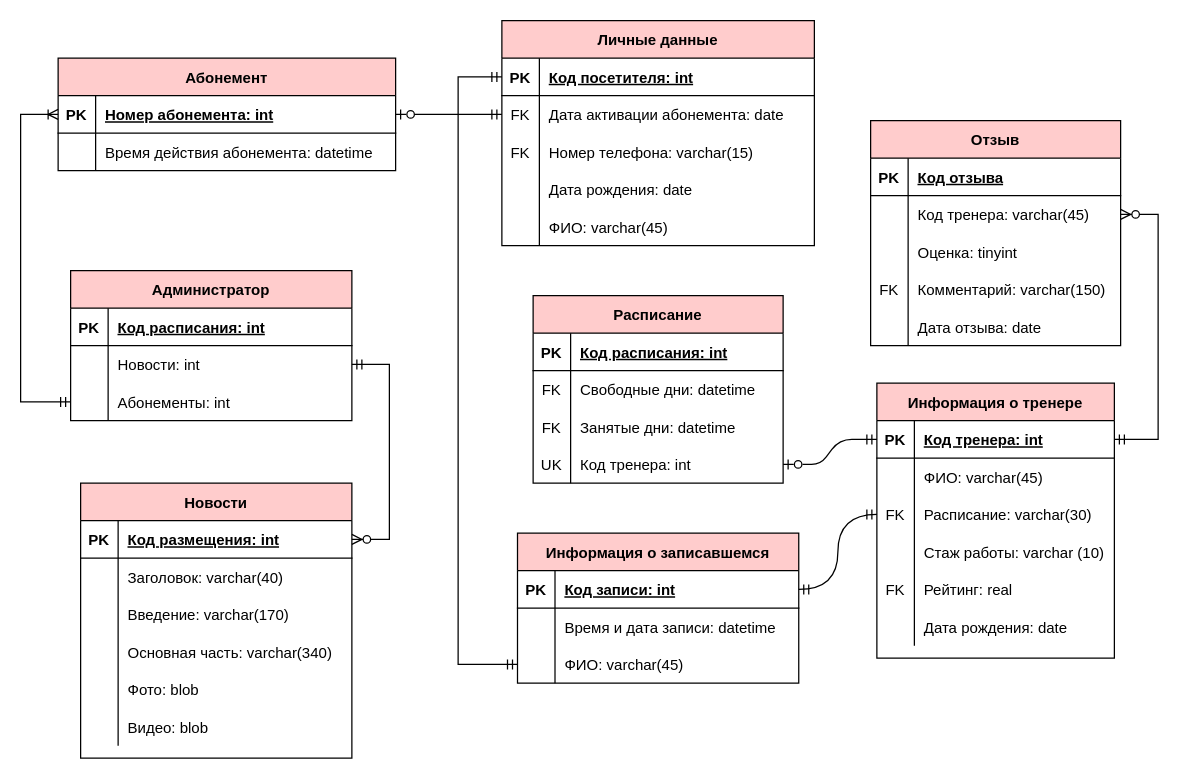
Above: page "Page-2" (2 of 2) of Diagrams/ER3.drawio in yuliapyrikova/- (draw.io), before the change. Source tidied: cells renumbered, new cells numbered last; positions are measured from the earlier drawing's top-left corner, leaving out a move shared by most shapes. Both pictures are drawn from the tidied source at 125%, with x=0, y=0 at pixel (20, 20).
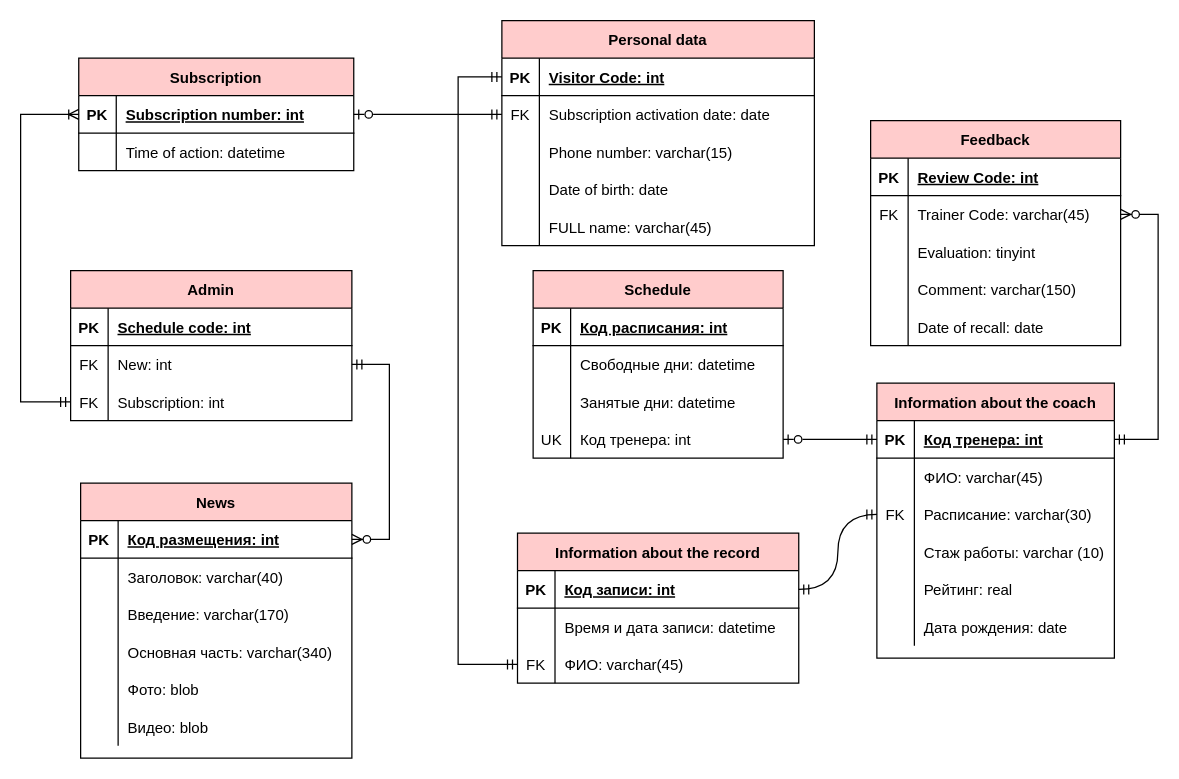
After the change.

The change refers to these unchanged cells:
```xml
<mxCell id="3" style="shape=partialRectangle;fillColor=none;points=[[0,0.5],[1,0.5]];portConstraint=eastwest;top=0;left=0;right=0;bottom=1;strokeColor=#000000;fontColor=#000000;" parent="2" vertex="1">
  <mxGeometry y="30" width="250" height="30" as="geometry" />
</mxCell>
<mxCell id="6" style="shape=partialRectangle;fillColor=none;points=[[0,0.5],[1,0.5]];portConstraint=eastwest;top=0;left=0;right=0;bottom=0;strokeColor=#000000;fontColor=#000000;" parent="2" vertex="1">
  <mxGeometry y="60" width="250" height="30" as="geometry" />
</mxCell>
<mxCell id="9" style="shape=partialRectangle;fillColor=none;top=0;left=0;right=0;bottom=0;strokeColor=#000000;fontColor=#000000;" parent="2" vertex="1">
  <mxGeometry y="90" width="250" height="30" as="geometry" />
</mxCell>
<mxCell id="12" style="shape=partialRectangle;fillColor=none;top=0;left=0;bottom=0;right=0;strokeColor=#000000;fontColor=#000000;" parent="2" vertex="1">
  <mxGeometry y="120" width="250" height="30" as="geometry" />
</mxCell>
<mxCell id="15" style="shape=partialRectangle;fillColor=none;top=0;left=0;bottom=0;right=0;strokeColor=#000000;fontColor=#000000;" parent="2" vertex="1">
  <mxGeometry y="150" width="250" height="30" as="geometry" />
</mxCell>
<mxCell id="22" style="shape=partialRectangle;fillColor=none;top=0;left=0;right=0;bottom=0;strokeColor=#000000;fontColor=#000000;" parent="18" vertex="1">
  <mxGeometry y="60" width="200" height="30" as="geometry" />
</mxCell>
<mxCell id="25" style="shape=partialRectangle;fillColor=none;top=0;left=0;right=0;bottom=0;strokeColor=#000000;fontColor=#000000;" parent="18" vertex="1">
  <mxGeometry y="90" width="200" height="30" as="geometry" />
</mxCell>
<mxCell id="28" style="shape=partialRectangle;fillColor=none;top=0;left=0;bottom=0;right=0;points=[[0,0.5],[1,0.5]];portConstraint=eastwest;strokeColor=#000000;fontColor=#000000;" parent="18" vertex="1">
  <mxGeometry y="120" width="200" height="30" as="geometry" />
</mxCell>
<mxCell id="40" style="shape=partialRectangle;fillColor=none;top=0;left=0;bottom=1;right=0;points=[[0,0.5],[1,0.5]];portConstraint=eastwest;strokeColor=#000000;fontColor=#000000;" parent="39" vertex="1">
  <mxGeometry y="30" width="190" height="30" as="geometry" />
</mxCell>
<mxCell id="52" style="shape=partialRectangle;fillColor=none;top=0;left=0;bottom=0;right=0;strokeColor=#000000;fontColor=#000000;" parent="39" vertex="1">
  <mxGeometry y="150" width="190" height="30" as="geometry" />
</mxCell>
<mxCell id="60" style="shape=partialRectangle;fillColor=none;top=0;left=0;bottom=1;right=0;strokeColor=#000000;fontColor=#000000;" parent="59" vertex="1">
  <mxGeometry y="30" width="200" height="30" as="geometry" />
</mxCell>
<mxCell id="63" style="shape=partialRectangle;fillColor=none;top=0;left=0;bottom=0;right=0;points=[[0,0.5],[1,0.5]];portConstraint=eastwest;strokeColor=#000000;fontColor=#000000;" parent="59" vertex="1">
  <mxGeometry y="60" width="200" height="30" as="geometry" />
</mxCell>
<mxCell id="66" style="shape=partialRectangle;fillColor=none;top=0;left=0;bottom=0;right=0;strokeColor=#000000;fontColor=#000000;" parent="59" vertex="1">
  <mxGeometry y="90" width="200" height="30" as="geometry" />
</mxCell>
<mxCell id="69" style="shape=partialRectangle;fillColor=none;top=0;left=0;bottom=0;right=0;strokeColor=#000000;fontColor=#000000;" parent="59" vertex="1">
  <mxGeometry y="120" width="200" height="30" as="geometry" />
</mxCell>
<mxCell id="72" style="shape=partialRectangle;fillColor=none;top=0;left=0;bottom=0;right=0;strokeColor=#000000;fontColor=#000000;" parent="59" vertex="1">
  <mxGeometry y="150" width="200" height="30" as="geometry" />
</mxCell>
<mxCell id="102" style="shape=partialRectangle;fillColor=none;top=0;left=0;bottom=0;right=0;points=[[0,0.5],[1,0.5]];portConstraint=eastwest;strokeColor=#000000;fontColor=#000000;" parent="95" vertex="1">
  <mxGeometry y="90" width="225" height="30" as="geometry" />
</mxCell>
<mxCell id="107" style="shape=partialRectangle;fillColor=none;top=0;left=0;right=0;bottom=1;strokeColor=#000000;fontColor=#000000;" parent="106" vertex="1">
  <mxGeometry y="30" width="225" height="30" as="geometry" />
</mxCell>
<mxCell id="110" style="shape=partialRectangle;fillColor=none;top=0;left=0;bottom=0;right=0;points=[[0,0.5],[1,0.5]];portConstraint=eastwest;strokeColor=#000000;fontColor=#000000;" parent="106" vertex="1">
  <mxGeometry y="60" width="225" height="30" as="geometry" />
</mxCell>
<mxCell id="113" style="shape=partialRectangle;fillColor=none;top=0;left=0;bottom=0;right=0;points=[[0,0.5],[1,0.5]];portConstraint=eastwest;strokeColor=#000000;fontColor=#000000;" parent="106" vertex="1">
  <mxGeometry y="90" width="225" height="30" as="geometry" />
</mxCell>
```

What changed in the source:
```diff
@@
-    <mxCell id="2" value="Личные данные" style="shape=table;startSize=30;childLayout=tableLayout;rowLines=0;fontStyle=1;align=center;fillColor=#FFCCCC;strokeColor=#000000;fontColor=#000000;" parent="1" vertex="1">
+    <mxCell id="2" value="Personal data" style="shape=table;startSize=30;childLayout=tableLayout;rowLines=0;fontStyle=1;align=center;fillColor=#FFCCCC;strokeColor=#000000;fontColor=#000000;" parent="1" vertex="1">
       <mxGeometry x="385" width="250" height="180" as="geometry" />
     </mxCell>
@@
-    <mxCell id="5" value="Код посетителя: int" style="shape=partialRectangle;overflow=hidden;fillColor=none;top=0;left=0;bottom=0;right=0;align=left;spacingLeft=6;fontStyle=5;strokeColor=#000000;fontColor=#000000;" parent="3" vertex="1">
+    <mxCell id="5" value="Visitor Code: int" style="shape=partialRectangle;overflow=hidden;fillColor=none;top=0;left=0;bottom=0;right=0;align=left;spacingLeft=6;fontStyle=5;strokeColor=#000000;fontColor=#000000;" parent="3" vertex="1">
       <mxGeometry x="30" width="220" height="30" as="geometry" />
     </mxCell>
@@
-    <mxCell id="8" value="Дата активации абонемента: date" style="shape=partialRectangle;overflow=hidden;fillColor=none;top=0;left=0;bottom=0;right=0;align=left;spacingLeft=6;strokeColor=#000000;fontColor=#000000;" parent="6" vertex="1">
+    <mxCell id="8" value="Subscription activation date: date" style="shape=partialRectangle;overflow=hidden;fillColor=none;top=0;left=0;bottom=0;right=0;align=left;spacingLeft=6;strokeColor=#000000;fontColor=#000000;" parent="6" vertex="1">
       <mxGeometry x="30" width="220" height="30" as="geometry" />
     </mxCell>
@@
-    <mxCell id="10" value="FK" style="shape=partialRectangle;overflow=hidden;fillColor=none;top=0;left=0;bottom=0;right=0;strokeColor=#000000;fontColor=#000000;" parent="9" vertex="1">
+    <mxCell id="10" style="shape=partialRectangle;overflow=hidden;fillColor=none;top=0;left=0;bottom=0;right=0;strokeColor=#000000;fontColor=#000000;" parent="9" vertex="1">
       <mxGeometry width="30" height="30" as="geometry" />
     </mxCell>
-    <mxCell id="11" value="Номер телефона: varchar(15)" style="shape=partialRectangle;overflow=hidden;fillColor=none;top=0;left=0;bottom=0;right=0;align=left;spacingLeft=6;strokeColor=#000000;fontColor=#000000;" parent="9" vertex="1">
+    <mxCell id="11" value="Phone number: varchar(15)" style="shape=partialRectangle;overflow=hidden;fillColor=none;top=0;left=0;bottom=0;right=0;align=left;spacingLeft=6;strokeColor=#000000;fontColor=#000000;" parent="9" vertex="1">
       <mxGeometry x="30" width="220" height="30" as="geometry" />
     </mxCell>
@@
-    <mxCell id="14" value="Дата рождения: date" style="shape=partialRectangle;fillColor=none;top=0;left=0;bottom=0;right=0;align=left;spacingLeft=6;overflow=hidden;strokeColor=#000000;fontColor=#000000;" parent="12" vertex="1">
+    <mxCell id="14" value="Date of birth: date" style="shape=partialRectangle;fillColor=none;top=0;left=0;bottom=0;right=0;align=left;spacingLeft=6;overflow=hidden;strokeColor=#000000;fontColor=#000000;" parent="12" vertex="1">
       <mxGeometry x="30" width="220" height="30" as="geometry" />
     </mxCell>
@@
-    <mxCell id="17" value="ФИО: varchar(45)" style="shape=partialRectangle;fillColor=none;top=0;left=0;bottom=0;right=0;align=left;spacingLeft=6;overflow=hidden;strokeColor=#000000;fontColor=#000000;" parent="15" vertex="1">
+    <mxCell id="17" value="FULL name: varchar(45)" style="shape=partialRectangle;fillColor=none;top=0;left=0;bottom=0;right=0;align=left;spacingLeft=6;overflow=hidden;strokeColor=#000000;fontColor=#000000;" parent="15" vertex="1">
       <mxGeometry x="30" width="220" height="30" as="geometry" />
     </mxCell>
-    <mxCell id="18" value="Расписание" style="shape=table;startSize=30;childLayout=tableLayout;rowLines=0;fontStyle=1;align=center;fillColor=#FFCCCC;strokeColor=#000000;fontColor=#000000;" parent="1" vertex="1">
-      <mxGeometry x="410" y="220" width="200" height="150" as="geometry" />
+    <mxCell id="18" value="Schedule" style="shape=table;startSize=30;childLayout=tableLayout;rowLines=0;fontStyle=1;align=center;fillColor=#FFCCCC;strokeColor=#000000;fontColor=#000000;" parent="1" vertex="1">
+      <mxGeometry x="410" y="200" width="200" height="150" as="geometry" />
     </mxCell>
@@
-    <mxCell id="23" value="FK" style="shape=partialRectangle;overflow=hidden;fillColor=none;top=0;left=0;bottom=0;right=0;strokeColor=#000000;fontColor=#000000;" parent="22" vertex="1">
+    <mxCell id="23" style="shape=partialRectangle;overflow=hidden;fillColor=none;top=0;left=0;bottom=0;right=0;strokeColor=#000000;fontColor=#000000;" parent="22" vertex="1">
       <mxGeometry width="30" height="30" as="geometry" />
     </mxCell>
@@
-    <mxCell id="26" value="FK" style="shape=partialRectangle;overflow=hidden;fillColor=none;top=0;left=0;bottom=0;right=0;strokeColor=#000000;fontColor=#000000;" parent="25" vertex="1">
+    <mxCell id="26" style="shape=partialRectangle;overflow=hidden;fillColor=none;top=0;left=0;bottom=0;right=0;strokeColor=#000000;fontColor=#000000;" parent="25" vertex="1">
       <mxGeometry width="30" height="30" as="geometry" />
     </mxCell>
@@
-    <mxCell id="31" value="Абонемент" style="shape=table;startSize=30;childLayout=tableLayout;rowLines=0;fontStyle=1;align=center;fillColor=#FFCCCC;strokeColor=#000000;fontColor=#000000;" parent="1" vertex="1">
-      <mxGeometry x="30" y="30" width="270" height="90" as="geometry" />
+    <mxCell id="31" value="Subscription" style="shape=table;startSize=30;childLayout=tableLayout;rowLines=0;fontStyle=1;align=center;fillColor=#FFCCCC;strokeColor=#000000;fontColor=#000000;" parent="1" vertex="1">
+      <mxGeometry x="46.5" y="30" width="220" height="90" as="geometry" />
     </mxCell>
     <mxCell id="32" style="shape=partialRectangle;fillColor=none;points=[[0,0.5],[1,0.5]];portConstraint=eastwest;top=0;left=0;right=0;bottom=1;strokeColor=#000000;fontColor=#000000;" parent="31" vertex="1">
-      <mxGeometry y="30" width="270" height="30" as="geometry" />
+      <mxGeometry y="30" width="220" height="30" as="geometry" />
     </mxCell>
@@
-    <mxCell id="34" value="Номер абонемента: int" style="shape=partialRectangle;overflow=hidden;fillColor=none;top=0;left=0;bottom=0;right=0;align=left;spacingLeft=6;fontStyle=5;strokeColor=#000000;fontColor=#000000;" parent="32" vertex="1">
-      <mxGeometry x="30" width="240" height="30" as="geometry" />
+    <mxCell id="34" value="Subscription number: int" style="shape=partialRectangle;overflow=hidden;fillColor=none;top=0;left=0;bottom=0;right=0;align=left;spacingLeft=6;fontStyle=5;strokeColor=#000000;fontColor=#000000;" parent="32" vertex="1">
+      <mxGeometry x="30" width="190" height="30" as="geometry" />
     </mxCell>
     <mxCell id="35" style="shape=partialRectangle;fillColor=none;top=0;left=0;bottom=0;right=0;strokeColor=#000000;fontColor=#000000;" parent="31" vertex="1">
-      <mxGeometry y="60" width="270" height="30" as="geometry" />
+      <mxGeometry y="60" width="220" height="30" as="geometry" />
     </mxCell>
@@
-    <mxCell id="37" value="Время действия абонемента: datetime" style="shape=partialRectangle;fillColor=none;top=0;left=0;bottom=0;right=0;align=left;spacingLeft=6;overflow=hidden;strokeColor=#000000;fontColor=#000000;" parent="35" vertex="1">
-      <mxGeometry x="30" width="240" height="30" as="geometry" />
+    <mxCell id="37" value="Time of action: datetime" style="shape=partialRectangle;fillColor=none;top=0;left=0;bottom=0;right=0;align=left;spacingLeft=6;overflow=hidden;strokeColor=#000000;fontColor=#000000;" parent="35" vertex="1">
+      <mxGeometry x="30" width="190" height="30" as="geometry" />
     </mxCell>
@@
-    <mxCell id="39" value="Информация о тренере" style="shape=table;startSize=30;childLayout=tableLayout;rowLines=0;fontStyle=1;align=center;fillColor=#FFCCCC;strokeColor=#000000;fontColor=#000000;" parent="1" vertex="1">
+    <mxCell id="39" value="Information about the coach" style="shape=table;startSize=30;childLayout=tableLayout;rowLines=0;fontStyle=1;align=center;fillColor=#FFCCCC;strokeColor=#000000;fontColor=#000000;" parent="1" vertex="1">
       <mxGeometry x="685" y="290" width="190" height="220" as="geometry" />
     </mxCell>
@@
-    <mxCell id="53" value="FK" style="shape=partialRectangle;fillColor=none;top=0;left=0;bottom=0;right=0;overflow=hidden;strokeColor=#000000;fontColor=#000000;" parent="52" vertex="1">
+    <mxCell id="53" style="shape=partialRectangle;fillColor=none;top=0;left=0;bottom=0;right=0;overflow=hidden;strokeColor=#000000;fontColor=#000000;" parent="52" vertex="1">
       <mxGeometry width="30" height="30" as="geometry" />
     </mxCell>
@@
-    <mxCell id="58" style="edgeStyle=entityRelationEdgeStyle;fontSize=12;html=1;endArrow=ERzeroToOne;startArrow=ERmandOne;exitX=0;exitY=0.5;exitDx=0;exitDy=0;entryX=1;entryY=0.5;entryDx=0;entryDy=0;jumpStyle=sharp;strokeColor=#000000;fontColor=#000000;endFill=0;" parent="1" edge="1" source="40" target="28">
+    <mxCell id="58" style="fontSize=12;html=1;endArrow=ERzeroToOne;startArrow=ERmandOne;exitX=0;exitY=0.5;exitDx=0;exitDy=0;entryX=1;entryY=0.5;entryDx=0;entryDy=0;jumpStyle=sharp;strokeColor=#000000;fontColor=#000000;endFill=0;" parent="1" edge="1" source="40" target="28">
       <mxGeometry relative="1" as="geometry" />
     </mxCell>
-    <mxCell id="59" value="Отзыв" style="shape=table;startSize=30;childLayout=tableLayout;rowLines=0;fontStyle=1;align=center;fillColor=#FFCCCC;strokeColor=#000000;fontColor=#000000;" parent="1" vertex="1">
+    <mxCell id="59" value="Feedback" style="shape=table;startSize=30;childLayout=tableLayout;rowLines=0;fontStyle=1;align=center;fillColor=#FFCCCC;strokeColor=#000000;fontColor=#000000;" parent="1" vertex="1">
       <mxGeometry x="680" y="80" width="200" height="180" as="geometry" />
     </mxCell>
@@
-    <mxCell id="62" value="Код отзыва" style="shape=partialRectangle;fillColor=none;top=0;left=0;bottom=0;right=0;align=left;spacingLeft=6;fontStyle=5;overflow=hidden;strokeColor=#000000;fontColor=#000000;" parent="60" vertex="1">
+    <mxCell id="62" value="Review Code: int" style="shape=partialRectangle;fillColor=none;top=0;left=0;bottom=0;right=0;align=left;spacingLeft=6;fontStyle=5;overflow=hidden;strokeColor=#000000;fontColor=#000000;" parent="60" vertex="1">
       <mxGeometry x="30" width="170" height="30" as="geometry" />
     </mxCell>
@@
-    <mxCell id="64" style="shape=partialRectangle;fillColor=none;top=0;left=0;bottom=0;right=0;overflow=hidden;strokeColor=#000000;fontColor=#000000;" parent="63" vertex="1">
+    <mxCell id="64" value="FK" style="shape=partialRectangle;fillColor=none;top=0;left=0;bottom=0;right=0;overflow=hidden;strokeColor=#000000;fontColor=#000000;" parent="63" vertex="1">
       <mxGeometry width="30" height="30" as="geometry" />
     </mxCell>
-    <mxCell id="65" value="Код тренера: varchar(45)" style="shape=partialRectangle;fillColor=none;top=0;left=0;bottom=0;right=0;align=left;spacingLeft=6;overflow=hidden;strokeColor=#000000;fontColor=#000000;" parent="63" vertex="1">
+    <mxCell id="65" value="Trainer Code: varchar(45)" style="shape=partialRectangle;fillColor=none;top=0;left=0;bottom=0;right=0;align=left;spacingLeft=6;overflow=hidden;strokeColor=#000000;fontColor=#000000;" parent="63" vertex="1">
       <mxGeometry x="30" width="170" height="30" as="geometry" />
     </mxCell>
@@
-    <mxCell id="68" value="Оценка: tinyint" style="shape=partialRectangle;fillColor=none;top=0;left=0;bottom=0;right=0;align=left;spacingLeft=6;overflow=hidden;strokeColor=#000000;fontColor=#000000;" parent="66" vertex="1">
+    <mxCell id="68" value="Evaluation: tinyint" style="shape=partialRectangle;fillColor=none;top=0;left=0;bottom=0;right=0;align=left;spacingLeft=6;overflow=hidden;strokeColor=#000000;fontColor=#000000;" parent="66" vertex="1">
       <mxGeometry x="30" width="170" height="30" as="geometry" />
     </mxCell>
@@
-    <mxCell id="70" value="FK" style="shape=partialRectangle;fillColor=none;top=0;left=0;bottom=0;right=0;overflow=hidden;strokeColor=#000000;fontColor=#000000;" parent="69" vertex="1">
+    <mxCell id="70" style="shape=partialRectangle;fillColor=none;top=0;left=0;bottom=0;right=0;overflow=hidden;strokeColor=#000000;fontColor=#000000;" parent="69" vertex="1">
       <mxGeometry width="30" height="30" as="geometry" />
     </mxCell>
-    <mxCell id="71" value="Комментарий: varchar(150)" style="shape=partialRectangle;fillColor=none;top=0;left=0;bottom=0;right=0;align=left;spacingLeft=6;overflow=hidden;strokeColor=#000000;fontColor=#000000;" parent="69" vertex="1">
+    <mxCell id="71" value="Comment: varchar(150)" style="shape=partialRectangle;fillColor=none;top=0;left=0;bottom=0;right=0;align=left;spacingLeft=6;overflow=hidden;strokeColor=#000000;fontColor=#000000;" parent="69" vertex="1">
       <mxGeometry x="30" width="170" height="30" as="geometry" />
     </mxCell>
@@
-    <mxCell id="74" value="Дата отзыва: date" style="shape=partialRectangle;fillColor=none;top=0;left=0;bottom=0;right=0;align=left;spacingLeft=6;overflow=hidden;strokeColor=#000000;fontColor=#000000;" parent="72" vertex="1">
+    <mxCell id="74" value="Date of recall: date" style="shape=partialRectangle;fillColor=none;top=0;left=0;bottom=0;right=0;align=left;spacingLeft=6;overflow=hidden;strokeColor=#000000;fontColor=#000000;" parent="72" vertex="1">
       <mxGeometry x="30" width="170" height="30" as="geometry" />
     </mxCell>
-    <mxCell id="75" value="Новости" style="shape=table;startSize=30;childLayout=tableLayout;rowLines=0;fontStyle=1;align=center;fillColor=#FFCCCC;strokeColor=#000000;fontColor=#000000;" parent="1" vertex="1">
+    <mxCell id="75" value="News" style="shape=table;startSize=30;childLayout=tableLayout;rowLines=0;fontStyle=1;align=center;fillColor=#FFCCCC;strokeColor=#000000;fontColor=#000000;" parent="1" vertex="1">
       <mxGeometry x="48" y="370" width="217" height="220" as="geometry" />
     </mxCell>
@@
-    <mxCell id="95" value="Информация о записавшемся" style="shape=table;startSize=30;childLayout=tableLayout;rowLines=0;fontStyle=1;align=center;fillColor=#FFCCCC;strokeColor=#000000;fontColor=#000000;" parent="1" vertex="1">
+    <mxCell id="95" value="Information about the record" style="shape=table;startSize=30;childLayout=tableLayout;rowLines=0;fontStyle=1;align=center;fillColor=#FFCCCC;strokeColor=#000000;fontColor=#000000;" parent="1" vertex="1">
       <mxGeometry x="397.5" y="410" width="225" height="120" as="geometry" />
     </mxCell>
@@
-    <mxCell id="103" style="shape=partialRectangle;fillColor=none;top=0;left=0;bottom=0;right=0;overflow=hidden;strokeColor=#000000;fontColor=#000000;" parent="102" vertex="1">
+    <mxCell id="103" value="FK" style="shape=partialRectangle;fillColor=none;top=0;left=0;bottom=0;right=0;overflow=hidden;strokeColor=#000000;fontColor=#000000;" parent="102" vertex="1">
       <mxGeometry width="30" height="30" as="geometry" />
     </mxCell>
@@
-    <mxCell id="106" value="Администратор" style="shape=table;startSize=30;childLayout=tableLayout;rowLines=0;fontStyle=1;align=center;fillColor=#FFCCCC;strokeColor=#000000;fontColor=#000000;" parent="1" vertex="1">
+    <mxCell id="106" value="Admin" style="shape=table;startSize=30;childLayout=tableLayout;rowLines=0;fontStyle=1;align=center;fillColor=#FFCCCC;strokeColor=#000000;fontColor=#000000;" parent="1" vertex="1">
       <mxGeometry x="40" y="200" width="225" height="120" as="geometry" />
     </mxCell>
@@
-    <mxCell id="109" value="Код расписания: int" style="shape=partialRectangle;overflow=hidden;fillColor=none;top=0;left=0;bottom=0;right=0;align=left;spacingLeft=6;fontStyle=5;strokeColor=#000000;fontColor=#000000;" parent="107" vertex="1">
+    <mxCell id="109" value="Schedule code: int" style="shape=partialRectangle;overflow=hidden;fillColor=none;top=0;left=0;bottom=0;right=0;align=left;spacingLeft=6;fontStyle=5;strokeColor=#000000;fontColor=#000000;" parent="107" vertex="1">
       <mxGeometry x="30" width="195" height="30" as="geometry" />
     </mxCell>
@@
-    <mxCell id="111" style="shape=partialRectangle;fillColor=none;top=0;left=0;bottom=0;right=0;overflow=hidden;strokeColor=#000000;fontColor=#000000;" parent="110" vertex="1">
+    <mxCell id="111" value="FK" style="shape=partialRectangle;fillColor=none;top=0;left=0;bottom=0;right=0;overflow=hidden;strokeColor=#000000;fontColor=#000000;" parent="110" vertex="1">
       <mxGeometry width="30" height="30" as="geometry" />
     </mxCell>
-    <mxCell id="112" value="Новости: int" style="shape=partialRectangle;fillColor=none;top=0;left=0;bottom=0;right=0;align=left;spacingLeft=6;overflow=hidden;strokeColor=#000000;fontColor=#000000;" parent="110" vertex="1">
+    <mxCell id="112" value="New: int" style="shape=partialRectangle;fillColor=none;top=0;left=0;bottom=0;right=0;align=left;spacingLeft=6;overflow=hidden;strokeColor=#000000;fontColor=#000000;" parent="110" vertex="1">
       <mxGeometry x="30" width="195" height="30" as="geometry" />
     </mxCell>
@@
-    <mxCell id="114" style="shape=partialRectangle;fillColor=none;top=0;left=0;bottom=0;right=0;overflow=hidden;strokeColor=#000000;fontColor=#000000;" parent="113" vertex="1">
+    <mxCell id="114" value="FK" style="shape=partialRectangle;fillColor=none;top=0;left=0;bottom=0;right=0;overflow=hidden;strokeColor=#000000;fontColor=#000000;" parent="113" vertex="1">
       <mxGeometry width="30" height="30" as="geometry" />
     </mxCell>
-    <mxCell id="115" value="Абонементы: int" style="shape=partialRectangle;fillColor=none;top=0;left=0;bottom=0;right=0;align=left;spacingLeft=6;overflow=hidden;strokeColor=#000000;fontColor=#000000;" parent="113" vertex="1">
+    <mxCell id="115" value="Subscription: int" style="shape=partialRectangle;fillColor=none;top=0;left=0;bottom=0;right=0;align=left;spacingLeft=6;overflow=hidden;strokeColor=#000000;fontColor=#000000;" parent="113" vertex="1">
       <mxGeometry x="30" width="195" height="30" as="geometry" />
     </mxCell>
```
